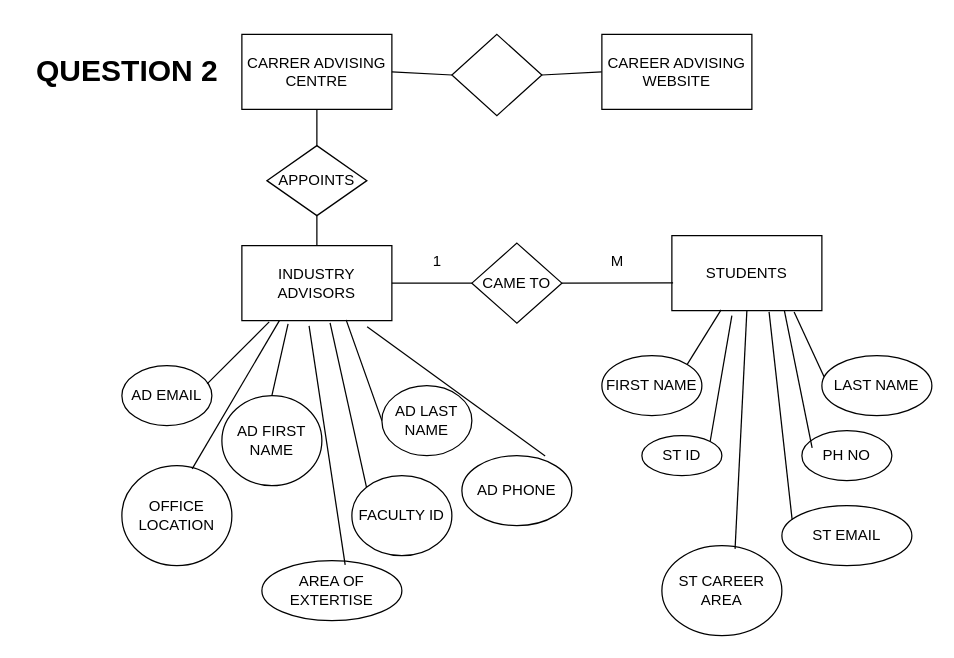
Earlier version of the draw.io diagram page "Page-2" (2 of 5) of Untitled Diagram.drawio (SwastiShankhdhar/SwastiShankhdhar). Source tidied: cells renumbered, new cells numbered last; positions are measured from the earlier drawing's top-left corner, leaving out a move shared by most shapes. Both pictures are drawn from the tidied source at 125%, with x=0, y=0 at pixel (21, 21).
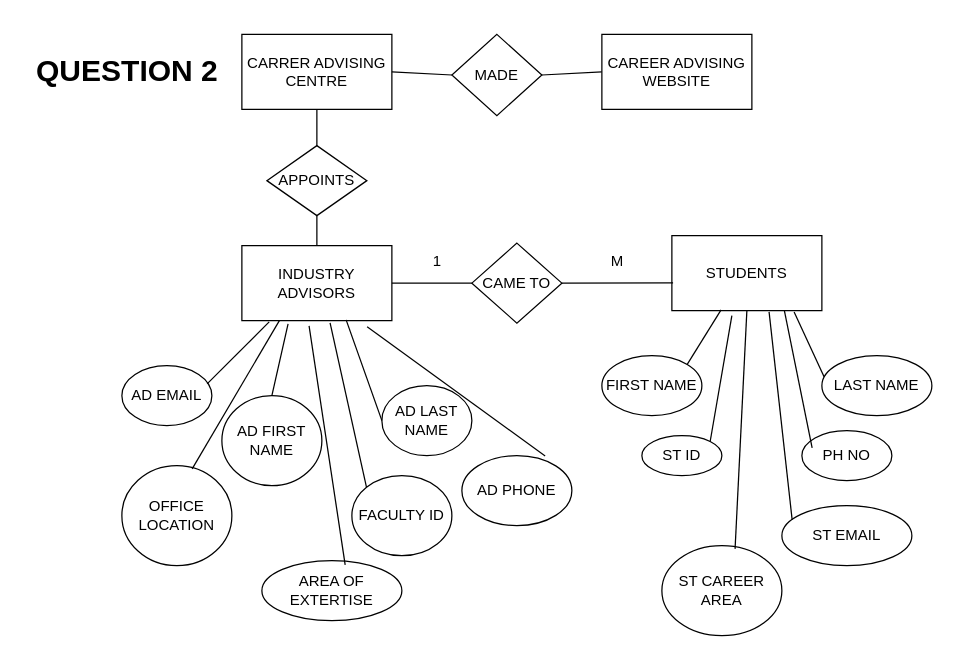
After the change.

What changed in the source:
```diff
@@
-    <mxCell id="43" style="rhombus;whiteSpace=wrap;html=1;" parent="1" vertex="1">
+    <mxCell id="43" value="MADE" style="rhombus;whiteSpace=wrap;html=1;" parent="1" vertex="1">
       <mxGeometry x="344" y="10" width="72" height="65" as="geometry" />
     </mxCell>
```
